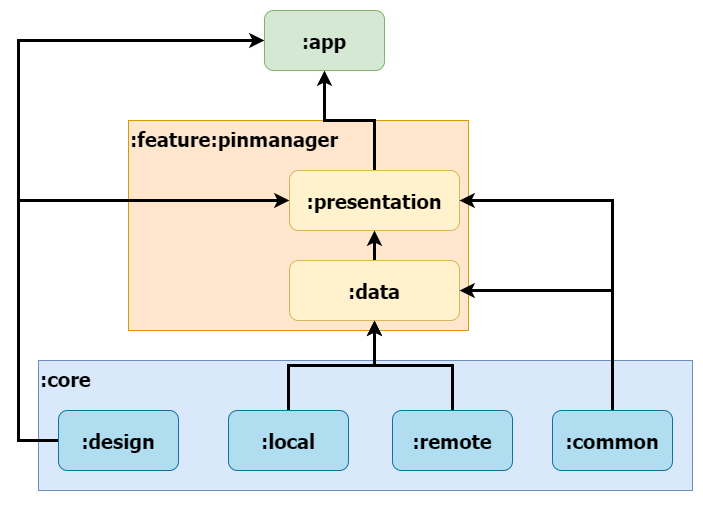
This is diagram.png from WojciechPawlica/Nasa-Demo, a draw.io export, as it was before one commit. Source tidied: cells renumbered, new cells last; positions are measured from the earlier drawing's top-left corner, leaving out a move shared by most shapes. Its diagram source:
```xml
<mxGraphModel>
  <root>
    <mxCell id="0" />
    <mxCell id="1" parent="0" />
    <mxCell id="2" value="&lt;b style=&quot;border-color: var(--border-color); font-family: Tahoma; font-size: 20px;&quot;&gt;:feature:pinmanager&lt;/b&gt;" style="rounded=0;whiteSpace=wrap;html=1;fillColor=#ffe6cc;strokeColor=#d79b00;align=left;verticalAlign=top;" parent="1" vertex="1">
      <mxGeometry x="110" y="110" width="340" height="210" as="geometry" />
    </mxCell>
    <mxCell id="3" value="&lt;font face=&quot;Tahoma&quot; style=&quot;font-size: 20px;&quot;&gt;&lt;b&gt;:app&lt;/b&gt;&lt;/font&gt;" style="rounded=1;whiteSpace=wrap;html=1;fillColor=#d5e8d4;strokeColor=#82b366;" parent="1" vertex="1">
      <mxGeometry x="246" width="120" height="60" as="geometry" />
    </mxCell>
    <mxCell id="4" style="edgeStyle=orthogonalEdgeStyle;rounded=0;jettySize=auto;html=1;exitX=0.5;exitY=0;exitDx=0;exitDy=0;entryX=0.5;entryY=1;entryDx=0;entryDy=0;strokeWidth=3;" parent="1" edge="1" source="5" target="3">
      <mxGeometry relative="1" as="geometry" />
    </mxCell>
    <mxCell id="5" value="&lt;font face=&quot;Tahoma&quot; style=&quot;font-size: 20px;&quot;&gt;&lt;b&gt;:presentation&lt;/b&gt;&lt;/font&gt;" style="rounded=1;whiteSpace=wrap;html=1;fillColor=#fff2cc;strokeColor=#d6b656;" parent="1" vertex="1">
      <mxGeometry x="271" y="160" width="170" height="60" as="geometry" />
    </mxCell>
    <mxCell id="6" style="edgeStyle=orthogonalEdgeStyle;rounded=0;jettySize=auto;html=1;exitX=0.5;exitY=0;exitDx=0;exitDy=0;strokeWidth=3;" parent="1" edge="1" source="7" target="5">
      <mxGeometry relative="1" as="geometry" />
    </mxCell>
    <mxCell id="7" value="&lt;font face=&quot;Tahoma&quot; style=&quot;font-size: 20px;&quot;&gt;&lt;b&gt;:data&lt;/b&gt;&lt;/font&gt;" style="rounded=1;whiteSpace=wrap;html=1;fillColor=#fff2cc;strokeColor=#d6b656;" parent="1" vertex="1">
      <mxGeometry x="271" y="250" width="170" height="60" as="geometry" />
    </mxCell>
    <mxCell id="8" value="&lt;b style=&quot;border-color: var(--border-color); font-family: Tahoma; font-size: 20px;&quot;&gt;:core&lt;/b&gt;" style="rounded=0;whiteSpace=wrap;html=1;fillColor=#dae8fc;strokeColor=#6c8ebf;align=left;verticalAlign=top;" parent="1" vertex="1">
      <mxGeometry x="20" y="350" width="654" height="130" as="geometry" />
    </mxCell>
    <mxCell id="9" style="edgeStyle=orthogonalEdgeStyle;rounded=0;jettySize=auto;html=1;exitX=0;exitY=0.5;exitDx=0;exitDy=0;entryX=0;entryY=0.5;entryDx=0;entryDy=0;strokeWidth=3;" parent="1" edge="1" source="11" target="3">
      <mxGeometry relative="1" as="geometry">
        <Array as="points">
          <mxPoint y="430" />
          <mxPoint y="30" />
        </Array>
      </mxGeometry>
    </mxCell>
    <mxCell id="10" style="edgeStyle=orthogonalEdgeStyle;rounded=0;jettySize=auto;html=1;exitX=0;exitY=0.5;exitDx=0;exitDy=0;entryX=0;entryY=0.5;entryDx=0;entryDy=0;strokeWidth=3;" parent="1" edge="1" source="11" target="5">
      <mxGeometry relative="1" as="geometry">
        <Array as="points">
          <mxPoint y="430" />
          <mxPoint y="190" />
        </Array>
      </mxGeometry>
    </mxCell>
    <mxCell id="11" value="&lt;font face=&quot;Tahoma&quot; style=&quot;font-size: 20px;&quot;&gt;&lt;b&gt;:design&lt;/b&gt;&lt;/font&gt;" style="rounded=1;whiteSpace=wrap;html=1;fillColor=#b1ddf0;strokeColor=#10739e;" parent="1" vertex="1">
      <mxGeometry x="40" y="400" width="120" height="60" as="geometry" />
    </mxCell>
    <mxCell id="12" style="edgeStyle=orthogonalEdgeStyle;rounded=0;orthogonalLoop=1;jettySize=auto;html=1;exitX=0.5;exitY=1;exitDx=0;exitDy=0;" parent="1" edge="1" source="8" target="8">
      <mxGeometry relative="1" as="geometry" />
    </mxCell>
    <mxCell id="13" style="edgeStyle=orthogonalEdgeStyle;rounded=0;jettySize=auto;html=1;exitX=0.5;exitY=0;exitDx=0;exitDy=0;strokeWidth=3;" parent="1" edge="1" source="14" target="7">
      <mxGeometry relative="1" as="geometry" />
    </mxCell>
    <mxCell id="14" value="&lt;font face=&quot;Tahoma&quot; style=&quot;font-size: 20px;&quot;&gt;&lt;b&gt;:local&lt;/b&gt;&lt;/font&gt;" style="rounded=1;whiteSpace=wrap;html=1;fillColor=#b1ddf0;strokeColor=#10739e;" parent="1" vertex="1">
      <mxGeometry x="210" y="400" width="120" height="60" as="geometry" />
    </mxCell>
    <mxCell id="15" style="edgeStyle=orthogonalEdgeStyle;rounded=0;jettySize=auto;html=1;exitX=0.5;exitY=0;exitDx=0;exitDy=0;entryX=1;entryY=0.5;entryDx=0;entryDy=0;strokeWidth=3;" parent="1" edge="1" source="17" target="5">
      <mxGeometry relative="1" as="geometry" />
    </mxCell>
    <mxCell id="16" style="edgeStyle=orthogonalEdgeStyle;rounded=0;jettySize=auto;html=1;exitX=0.5;exitY=0;exitDx=0;exitDy=0;entryX=1;entryY=0.5;entryDx=0;entryDy=0;strokeWidth=3;" parent="1" edge="1" source="17" target="7">
      <mxGeometry relative="1" as="geometry" />
    </mxCell>
    <mxCell id="17" value="&lt;font face=&quot;Tahoma&quot; style=&quot;font-size: 20px;&quot;&gt;&lt;b&gt;:common&lt;/b&gt;&lt;/font&gt;" style="rounded=1;whiteSpace=wrap;html=1;fillColor=#b1ddf0;strokeColor=#10739e;" parent="1" vertex="1">
      <mxGeometry x="534" y="400" width="120" height="60" as="geometry" />
    </mxCell>
    <mxCell id="18" style="edgeStyle=orthogonalEdgeStyle;rounded=0;jettySize=auto;html=1;entryX=0.5;entryY=1;entryDx=0;entryDy=0;strokeWidth=3;" parent="1" edge="1" source="19" target="7">
      <mxGeometry relative="1" as="geometry" />
    </mxCell>
    <mxCell id="19" value="&lt;font face=&quot;Tahoma&quot; style=&quot;font-size: 20px;&quot;&gt;&lt;b&gt;:remote&lt;/b&gt;&lt;/font&gt;" style="rounded=1;whiteSpace=wrap;html=1;fillColor=#b1ddf0;strokeColor=#10739e;" parent="1" vertex="1">
      <mxGeometry x="374" y="400" width="120" height="60" as="geometry" />
    </mxCell>
  </root>
</mxGraphModel>
```
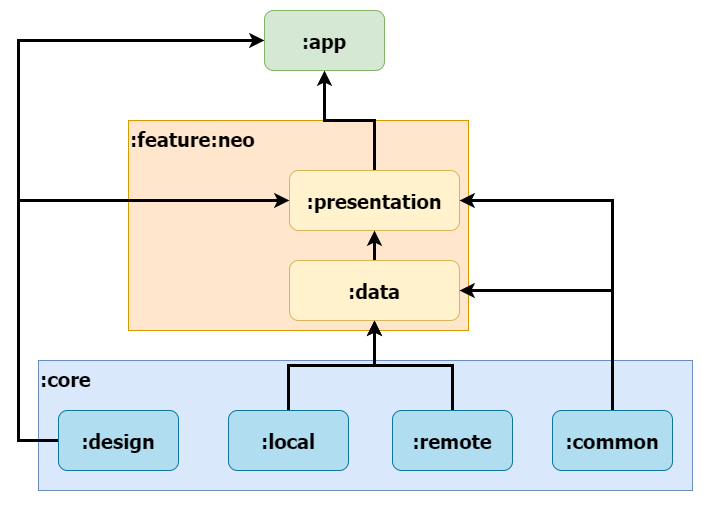
After the commit.

Change to the diagram source:
```diff
@@ -2,7 +2,7 @@
   <root>
     <mxCell id="0" />
     <mxCell id="1" parent="0" />
-    <mxCell id="2" value="&lt;b style=&quot;border-color: var(--border-color); font-family: Tahoma; font-size: 20px;&quot;&gt;:feature:pinmanager&lt;/b&gt;" style="rounded=0;whiteSpace=wrap;html=1;fillColor=#ffe6cc;strokeColor=#d79b00;align=left;verticalAlign=top;" parent="1" vertex="1">
+    <mxCell id="2" value="&lt;b style=&quot;border-color: var(--border-color); font-family: Tahoma; font-size: 20px;&quot;&gt;:feature:neo&lt;/b&gt;" style="rounded=0;whiteSpace=wrap;html=1;fillColor=#ffe6cc;strokeColor=#d79b00;align=left;verticalAlign=top;" parent="1" vertex="1">
       <mxGeometry x="110" y="110" width="340" height="210" as="geometry" />
     </mxCell>
     <mxCell id="3" value="&lt;font face=&quot;Tahoma&quot; style=&quot;font-size: 20px;&quot;&gt;&lt;b&gt;:app&lt;/b&gt;&lt;/font&gt;" style="rounded=1;whiteSpace=wrap;html=1;fillColor=#d5e8d4;strokeColor=#82b366;" parent="1" vertex="1">
```
